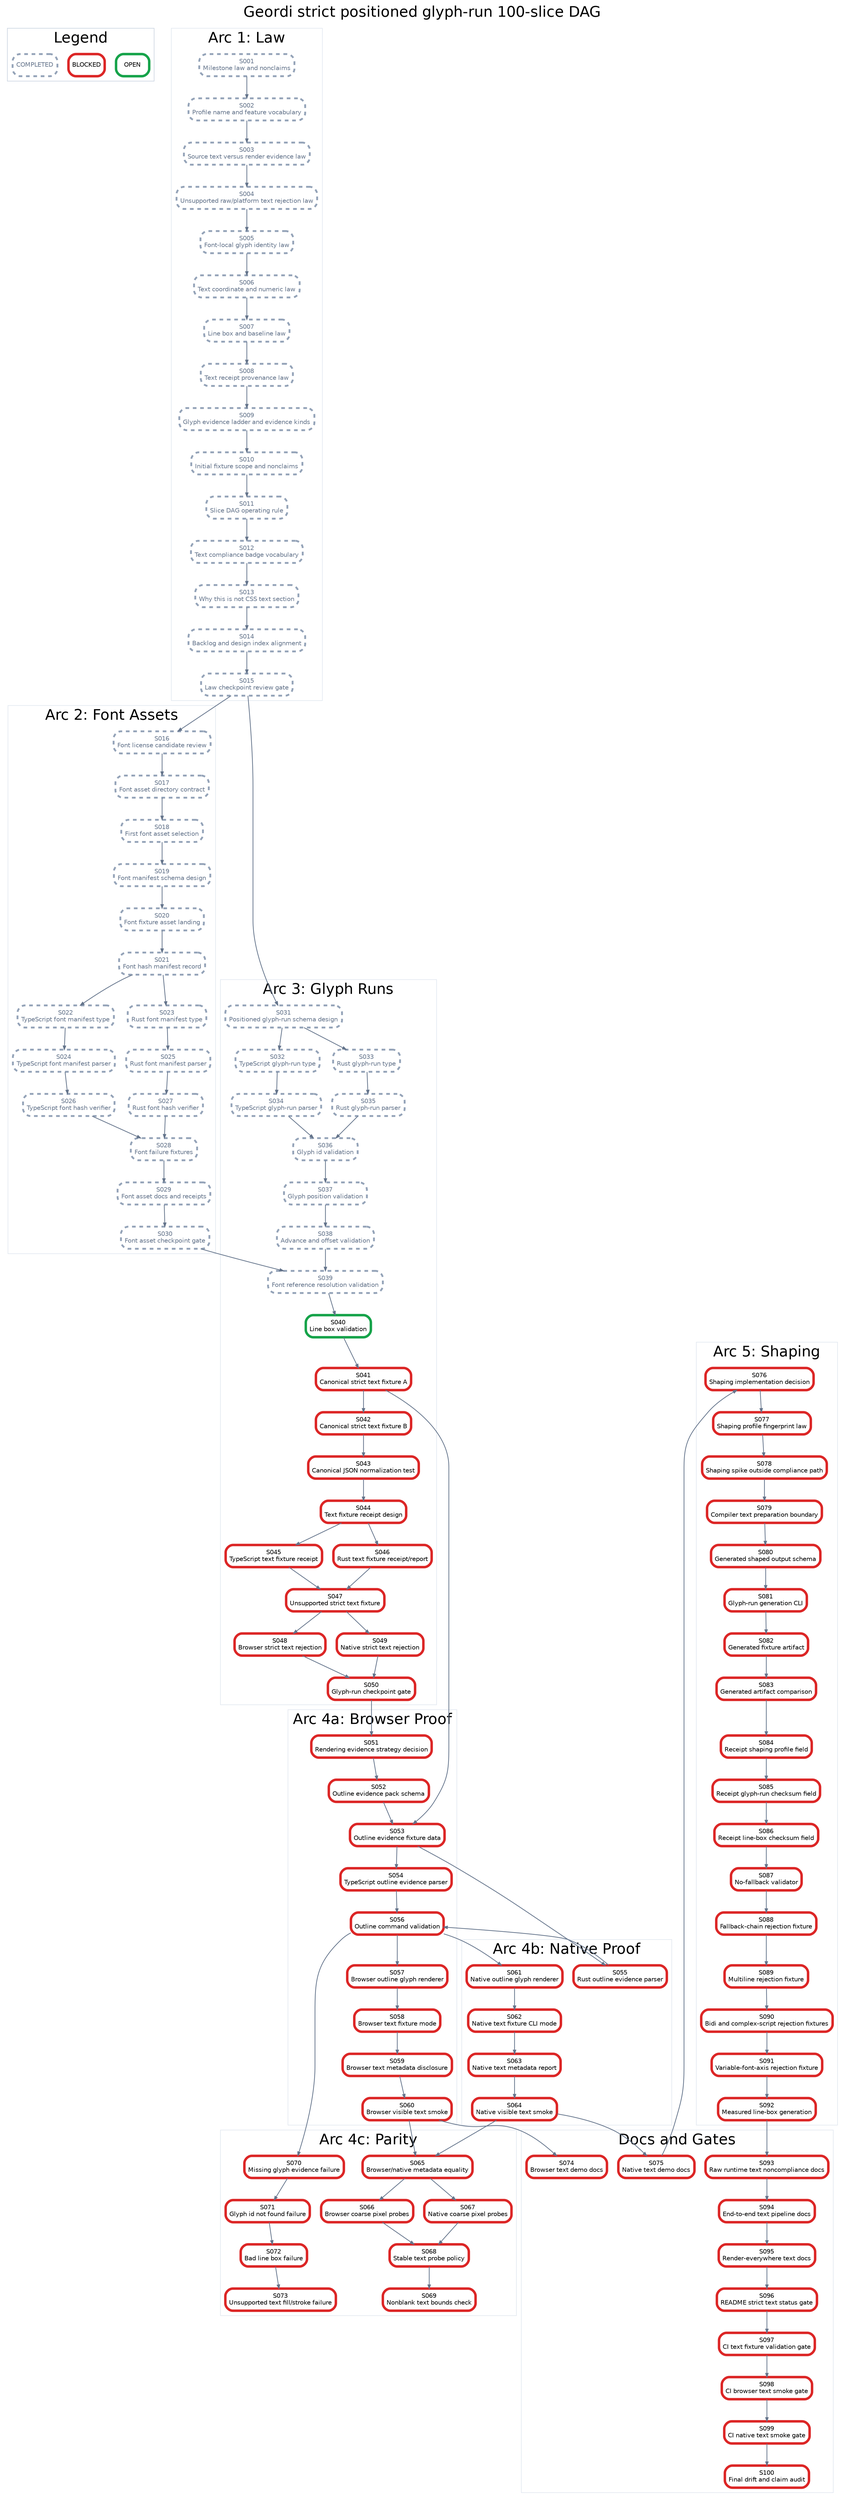
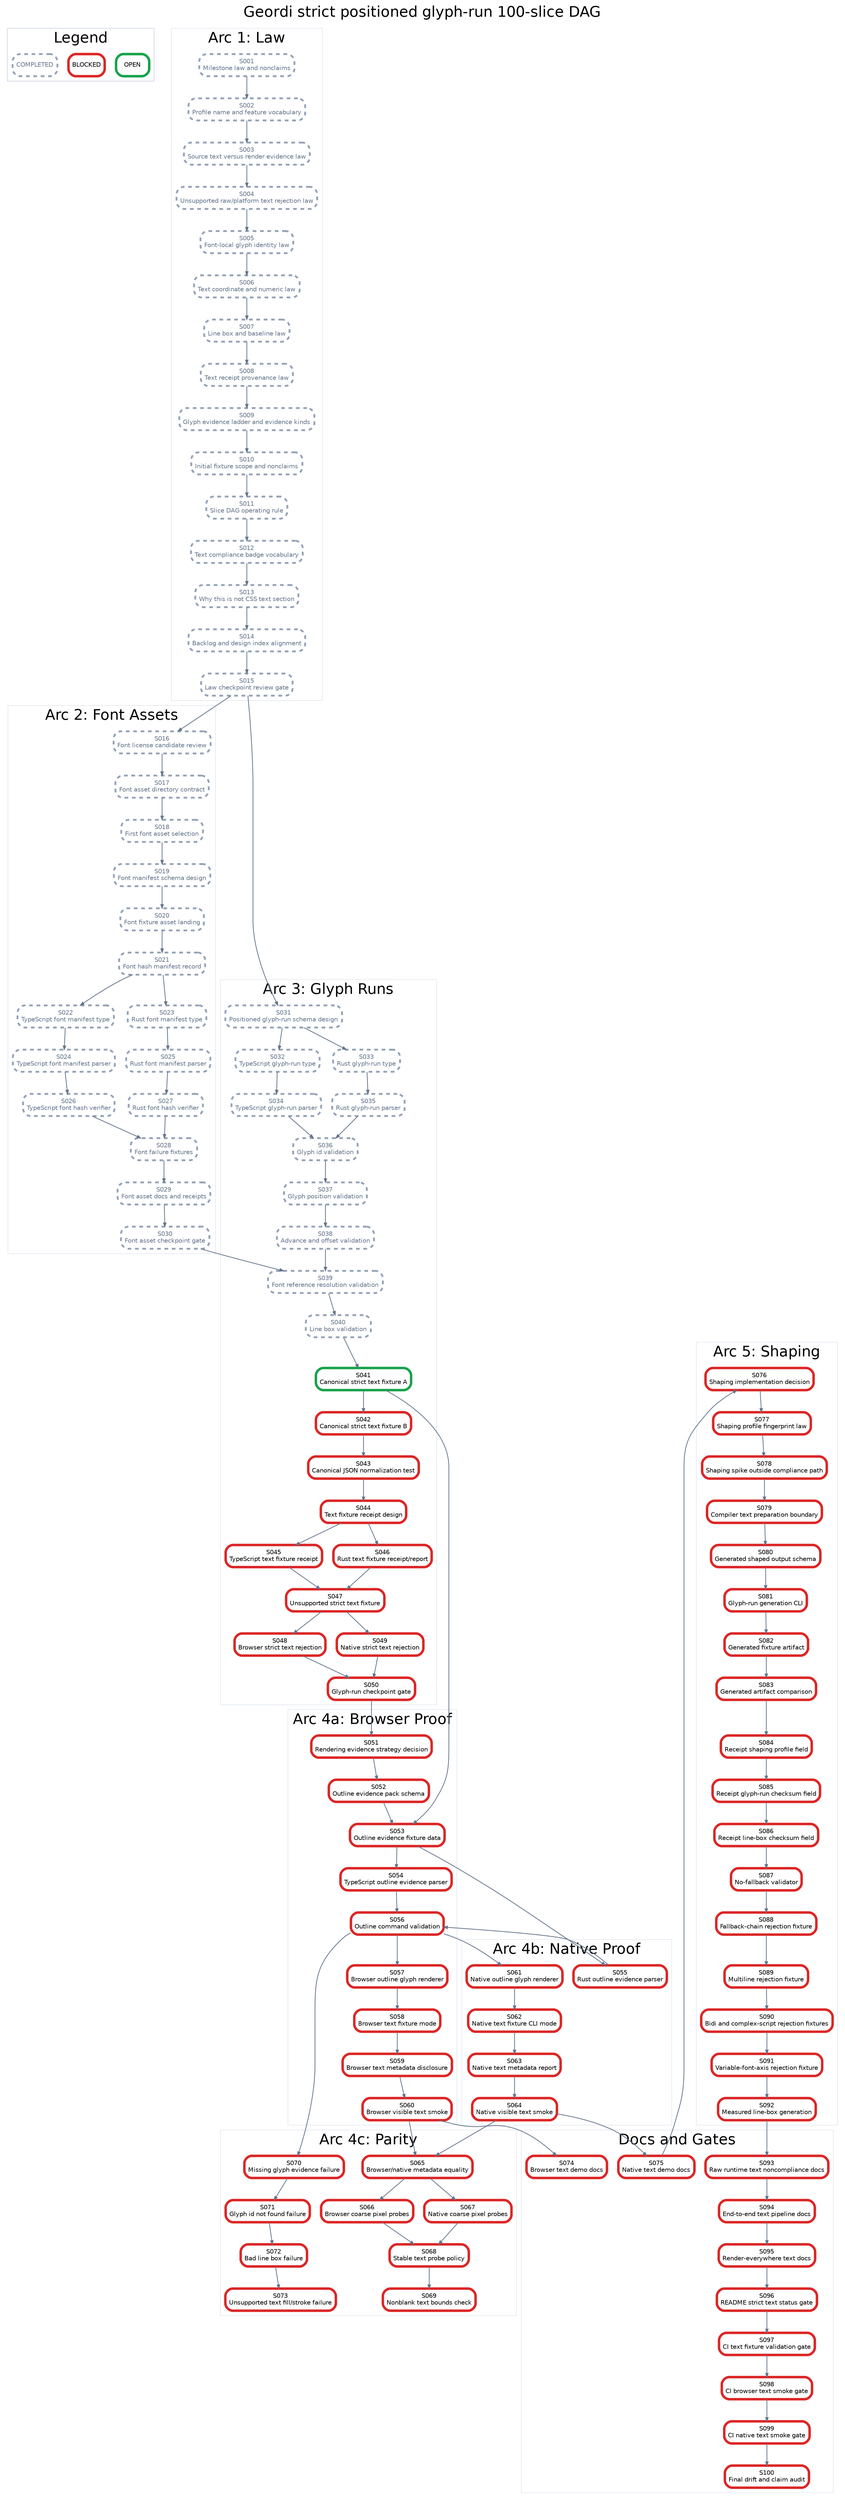
digraph StrictPositionedGlyphRunPlan {
  graph [rankdir=TB, bgcolor="white", fontname="Helvetica", label="Geordi strict positioned glyph-run 100-slice DAG", labelloc="t", fontsize=24];
  node [shape=box, style="rounded,filled", fillcolor="white", fontname="Helvetica", fontsize=10, margin="0.08,0.05"];
  edge [color="#64748b", arrowsize=0.6, penwidth=1.2];

  subgraph cluster_legend {
    label="Legend";
    color="#cbd5e1";
    legend_open [label="OPEN", color="#16a34a", penwidth=4];
    legend_blocked [label="BLOCKED", color="#dc2626", penwidth=4];
    legend_done [label="COMPLETED", color="#94a3b8", penwidth=3, style="rounded,filled,dashed", fontcolor="#64748b"];
  }

  subgraph cluster_law {
    label="Arc 1: Law";
    color="#e2e8f0";
    S001 [label="S001\nMilestone law and nonclaims", color="#94a3b8", penwidth=3, style="rounded,filled,dashed", fontcolor="#64748b"];
    S002 [label="S002\nProfile name and feature vocabulary", color="#94a3b8", penwidth=3, style="rounded,filled,dashed", fontcolor="#64748b"];
    S003 [label="S003\nSource text versus render evidence law", color="#94a3b8", penwidth=3, style="rounded,filled,dashed", fontcolor="#64748b"];
    S004 [label="S004\nUnsupported raw/platform text rejection law", color="#94a3b8", penwidth=3, style="rounded,filled,dashed", fontcolor="#64748b"];
    S005 [label="S005\nFont-local glyph identity law", color="#94a3b8", penwidth=3, style="rounded,filled,dashed", fontcolor="#64748b"];
    S006 [label="S006\nText coordinate and numeric law", color="#94a3b8", penwidth=3, style="rounded,filled,dashed", fontcolor="#64748b"];
    S007 [label="S007\nLine box and baseline law", color="#94a3b8", penwidth=3, style="rounded,filled,dashed", fontcolor="#64748b"];
    S008 [label="S008\nText receipt provenance law", color="#94a3b8", penwidth=3, style="rounded,filled,dashed", fontcolor="#64748b"];
    S009 [label="S009\nGlyph evidence ladder and evidence kinds", color="#94a3b8", penwidth=3, style="rounded,filled,dashed", fontcolor="#64748b"];
    S010 [label="S010\nInitial fixture scope and nonclaims", color="#94a3b8", penwidth=3, style="rounded,filled,dashed", fontcolor="#64748b"];
    S011 [label="S011\nSlice DAG operating rule", color="#94a3b8", penwidth=3, style="rounded,filled,dashed", fontcolor="#64748b"];
    S012 [label="S012\nText compliance badge vocabulary", color="#94a3b8", penwidth=3, style="rounded,filled,dashed", fontcolor="#64748b"];
    S013 [label="S013\nWhy this is not CSS text section", color="#94a3b8", penwidth=3, style="rounded,filled,dashed", fontcolor="#64748b"];
    S014 [label="S014\nBacklog and design index alignment", color="#94a3b8", penwidth=3, style="rounded,filled,dashed", fontcolor="#64748b"];
    S015 [label="S015\nLaw checkpoint review gate", color="#94a3b8", penwidth=3, style="rounded,filled,dashed", fontcolor="#64748b"];
  }

  subgraph cluster_assets {
    label="Arc 2: Font Assets";
    color="#e2e8f0";
    S016 [label="S016\nFont license candidate review", color="#94a3b8", penwidth=3, style="rounded,filled,dashed", fontcolor="#64748b"];
    S017 [label="S017\nFont asset directory contract", color="#94a3b8", penwidth=3, style="rounded,filled,dashed", fontcolor="#64748b"];
    S018 [label="S018\nFirst font asset selection", color="#94a3b8", penwidth=3, style="rounded,filled,dashed", fontcolor="#64748b"];
    S019 [label="S019\nFont manifest schema design", color="#94a3b8", penwidth=3, style="rounded,filled,dashed", fontcolor="#64748b"];
    S020 [label="S020\nFont fixture asset landing", color="#94a3b8", penwidth=3, style="rounded,filled,dashed", fontcolor="#64748b"];
    S021 [label="S021\nFont hash manifest record", color="#94a3b8", penwidth=3, style="rounded,filled,dashed", fontcolor="#64748b"];
    S022 [label="S022\nTypeScript font manifest type", color="#94a3b8", penwidth=3, style="rounded,filled,dashed", fontcolor="#64748b"];
    S023 [label="S023\nRust font manifest type", color="#94a3b8", penwidth=3, style="rounded,filled,dashed", fontcolor="#64748b"];
    S024 [label="S024\nTypeScript font manifest parser", color="#94a3b8", penwidth=3, style="rounded,filled,dashed", fontcolor="#64748b"];
    S025 [label="S025\nRust font manifest parser", color="#94a3b8", penwidth=3, style="rounded,filled,dashed", fontcolor="#64748b"];
    S026 [label="S026\nTypeScript font hash verifier", color="#94a3b8", penwidth=3, style="rounded,filled,dashed", fontcolor="#64748b"];
    S027 [label="S027\nRust font hash verifier", color="#94a3b8", penwidth=3, style="rounded,filled,dashed", fontcolor="#64748b"];
    S028 [label="S028\nFont failure fixtures", color="#94a3b8", penwidth=3, style="rounded,filled,dashed", fontcolor="#64748b"];
    S029 [label="S029\nFont asset docs and receipts", color="#94a3b8", penwidth=3, style="rounded,filled,dashed", fontcolor="#64748b"];
    S030 [label="S030\nFont asset checkpoint gate", color="#94a3b8", penwidth=3, style="rounded,filled,dashed", fontcolor="#64748b"];
  }

  subgraph cluster_glyph {
    label="Arc 3: Glyph Runs";
    color="#e2e8f0";
    S031 [label="S031\nPositioned glyph-run schema design", color="#94a3b8", penwidth=3, style="rounded,filled,dashed", fontcolor="#64748b"];
    S032 [label="S032\nTypeScript glyph-run type", color="#94a3b8", penwidth=3, style="rounded,filled,dashed", fontcolor="#64748b"];
    S033 [label="S033\nRust glyph-run type", color="#94a3b8", penwidth=3, style="rounded,filled,dashed", fontcolor="#64748b"];
    S034 [label="S034\nTypeScript glyph-run parser", color="#94a3b8", penwidth=3, style="rounded,filled,dashed", fontcolor="#64748b"];
    S035 [label="S035\nRust glyph-run parser", color="#94a3b8", penwidth=3, style="rounded,filled,dashed", fontcolor="#64748b"];
    S036 [label="S036\nGlyph id validation", color="#94a3b8", penwidth=3, style="rounded,filled,dashed", fontcolor="#64748b"];
    S037 [label="S037\nGlyph position validation", color="#94a3b8", penwidth=3, style="rounded,filled,dashed", fontcolor="#64748b"];
    S038 [label="S038\nAdvance and offset validation", color="#94a3b8", penwidth=3, style="rounded,filled,dashed", fontcolor="#64748b"];
    S039 [label="S039\nFont reference resolution validation", color="#94a3b8", penwidth=3, style="rounded,filled,dashed", fontcolor="#64748b"];
-     S040 [label="S040\nLine box validation", color="#16a34a", penwidth=4];
-     S041 [label="S041\nCanonical strict text fixture A", color="#dc2626", penwidth=4];
+     S040 [label="S040\nLine box validation", color="#94a3b8", penwidth=3, style="rounded,filled,dashed", fontcolor="#64748b"];
+     S041 [label="S041\nCanonical strict text fixture A", color="#16a34a", penwidth=4];
    S042 [label="S042\nCanonical strict text fixture B", color="#dc2626", penwidth=4];
    S043 [label="S043\nCanonical JSON normalization test", color="#dc2626", penwidth=4];
    S044 [label="S044\nText fixture receipt design", color="#dc2626", penwidth=4];
    S045 [label="S045\nTypeScript text fixture receipt", color="#dc2626", penwidth=4];
    S046 [label="S046\nRust text fixture receipt/report", color="#dc2626", penwidth=4];
    S047 [label="S047\nUnsupported strict text fixture", color="#dc2626", penwidth=4];
    S048 [label="S048\nBrowser strict text rejection", color="#dc2626", penwidth=4];
    S049 [label="S049\nNative strict text rejection", color="#dc2626", penwidth=4];
    S050 [label="S050\nGlyph-run checkpoint gate", color="#dc2626", penwidth=4];
  }

  subgraph cluster_browser {
    label="Arc 4a: Browser Proof";
    color="#e2e8f0";
    S051 [label="S051\nRendering evidence strategy decision", color="#dc2626", penwidth=4];
    S052 [label="S052\nOutline evidence pack schema", color="#dc2626", penwidth=4];
    S053 [label="S053\nOutline evidence fixture data", color="#dc2626", penwidth=4];
    S054 [label="S054\nTypeScript outline evidence parser", color="#dc2626", penwidth=4];
    S056 [label="S056\nOutline command validation", color="#dc2626", penwidth=4];
    S057 [label="S057\nBrowser outline glyph renderer", color="#dc2626", penwidth=4];
    S058 [label="S058\nBrowser text fixture mode", color="#dc2626", penwidth=4];
    S059 [label="S059\nBrowser text metadata disclosure", color="#dc2626", penwidth=4];
    S060 [label="S060\nBrowser visible text smoke", color="#dc2626", penwidth=4];
  }

  subgraph cluster_native {
    label="Arc 4b: Native Proof";
    color="#e2e8f0";
    S055 [label="S055\nRust outline evidence parser", color="#dc2626", penwidth=4];
    S061 [label="S061\nNative outline glyph renderer", color="#dc2626", penwidth=4];
    S062 [label="S062\nNative text fixture CLI mode", color="#dc2626", penwidth=4];
    S063 [label="S063\nNative text metadata report", color="#dc2626", penwidth=4];
    S064 [label="S064\nNative visible text smoke", color="#dc2626", penwidth=4];
  }

  subgraph cluster_parity {
    label="Arc 4c: Parity";
    color="#e2e8f0";
    S065 [label="S065\nBrowser/native metadata equality", color="#dc2626", penwidth=4];
    S066 [label="S066\nBrowser coarse pixel probes", color="#dc2626", penwidth=4];
    S067 [label="S067\nNative coarse pixel probes", color="#dc2626", penwidth=4];
    S068 [label="S068\nStable text probe policy", color="#dc2626", penwidth=4];
    S069 [label="S069\nNonblank text bounds check", color="#dc2626", penwidth=4];
    S070 [label="S070\nMissing glyph evidence failure", color="#dc2626", penwidth=4];
    S071 [label="S071\nGlyph id not found failure", color="#dc2626", penwidth=4];
    S072 [label="S072\nBad line box failure", color="#dc2626", penwidth=4];
    S073 [label="S073\nUnsupported text fill/stroke failure", color="#dc2626", penwidth=4];
  }

  subgraph cluster_shaping {
    label="Arc 5: Shaping";
    color="#e2e8f0";
    S076 [label="S076\nShaping implementation decision", color="#dc2626", penwidth=4];
    S077 [label="S077\nShaping profile fingerprint law", color="#dc2626", penwidth=4];
    S078 [label="S078\nShaping spike outside compliance path", color="#dc2626", penwidth=4];
    S079 [label="S079\nCompiler text preparation boundary", color="#dc2626", penwidth=4];
    S080 [label="S080\nGenerated shaped output schema", color="#dc2626", penwidth=4];
    S081 [label="S081\nGlyph-run generation CLI", color="#dc2626", penwidth=4];
    S082 [label="S082\nGenerated fixture artifact", color="#dc2626", penwidth=4];
    S083 [label="S083\nGenerated artifact comparison", color="#dc2626", penwidth=4];
    S084 [label="S084\nReceipt shaping profile field", color="#dc2626", penwidth=4];
    S085 [label="S085\nReceipt glyph-run checksum field", color="#dc2626", penwidth=4];
    S086 [label="S086\nReceipt line-box checksum field", color="#dc2626", penwidth=4];
    S087 [label="S087\nNo-fallback validator", color="#dc2626", penwidth=4];
    S088 [label="S088\nFallback-chain rejection fixture", color="#dc2626", penwidth=4];
    S089 [label="S089\nMultiline rejection fixture", color="#dc2626", penwidth=4];
    S090 [label="S090\nBidi and complex-script rejection fixtures", color="#dc2626", penwidth=4];
    S091 [label="S091\nVariable-font-axis rejection fixture", color="#dc2626", penwidth=4];
    S092 [label="S092\nMeasured line-box generation", color="#dc2626", penwidth=4];
  }

  subgraph cluster_docs {
    label="Docs and Gates";
    color="#e2e8f0";
    S074 [label="S074\nBrowser text demo docs", color="#dc2626", penwidth=4];
    S075 [label="S075\nNative text demo docs", color="#dc2626", penwidth=4];
    S093 [label="S093\nRaw runtime text noncompliance docs", color="#dc2626", penwidth=4];
    S094 [label="S094\nEnd-to-end text pipeline docs", color="#dc2626", penwidth=4];
    S095 [label="S095\nRender-everywhere text docs", color="#dc2626", penwidth=4];
    S096 [label="S096\nREADME strict text status gate", color="#dc2626", penwidth=4];
    S097 [label="S097\nCI text fixture validation gate", color="#dc2626", penwidth=4];
    S098 [label="S098\nCI browser text smoke gate", color="#dc2626", penwidth=4];
    S099 [label="S099\nCI native text smoke gate", color="#dc2626", penwidth=4];
    S100 [label="S100\nFinal drift and claim audit", color="#dc2626", penwidth=4];
  }

  S001 -> S002;
  S002 -> S003;
  S003 -> S004;
  S004 -> S005;
  S005 -> S006;
  S006 -> S007;
  S007 -> S008;
  S008 -> S009;
  S009 -> S010;
  S010 -> S011;
  S011 -> S012;
  S012 -> S013;
  S013 -> S014;
  S014 -> S015;
  S015 -> S016;
  S016 -> S017;
  S017 -> S018;
  S018 -> S019;
  S019 -> S020;
  S020 -> S021;
  S021 -> S022;
  S021 -> S023;
  S022 -> S024;
  S023 -> S025;
  S024 -> S026;
  S025 -> S027;
  S026 -> S028;
  S027 -> S028;
  S028 -> S029;
  S029 -> S030;
  S015 -> S031;
  S031 -> S032;
  S031 -> S033;
  S032 -> S034;
  S033 -> S035;
  S034 -> S036;
  S035 -> S036;
  S036 -> S037;
  S037 -> S038;
  S038 -> S039;
  S039 -> S040;
  S030 -> S039;
  S040 -> S041;
  S041 -> S042;
  S042 -> S043;
  S043 -> S044;
  S044 -> S045;
  S044 -> S046;
  S045 -> S047;
  S046 -> S047;
  S047 -> S048;
  S047 -> S049;
  S048 -> S050;
  S049 -> S050;
  S050 -> S051;
  S051 -> S052;
  S052 -> S053;
  S041 -> S053;
  S053 -> S054;
  S053 -> S055;
  S054 -> S056;
  S055 -> S056;
  S056 -> S057;
  S057 -> S058;
  S058 -> S059;
  S059 -> S060;
  S056 -> S061;
  S061 -> S062;
  S062 -> S063;
  S063 -> S064;
  S060 -> S065;
  S064 -> S065;
  S065 -> S066;
  S065 -> S067;
  S066 -> S068;
  S067 -> S068;
  S068 -> S069;
  S056 -> S070;
  S070 -> S071;
  S071 -> S072;
  S072 -> S073;
  S060 -> S074;
  S064 -> S075;
  S075 -> S076;
  S076 -> S077;
  S077 -> S078;
  S078 -> S079;
  S079 -> S080;
  S080 -> S081;
  S081 -> S082;
  S082 -> S083;
  S083 -> S084;
  S084 -> S085;
  S085 -> S086;
  S086 -> S087;
  S087 -> S088;
  S088 -> S089;
  S089 -> S090;
  S090 -> S091;
  S091 -> S092;
  S092 -> S093;
  S093 -> S094;
  S094 -> S095;
  S095 -> S096;
  S096 -> S097;
  S097 -> S098;
  S098 -> S099;
  S099 -> S100;
}
